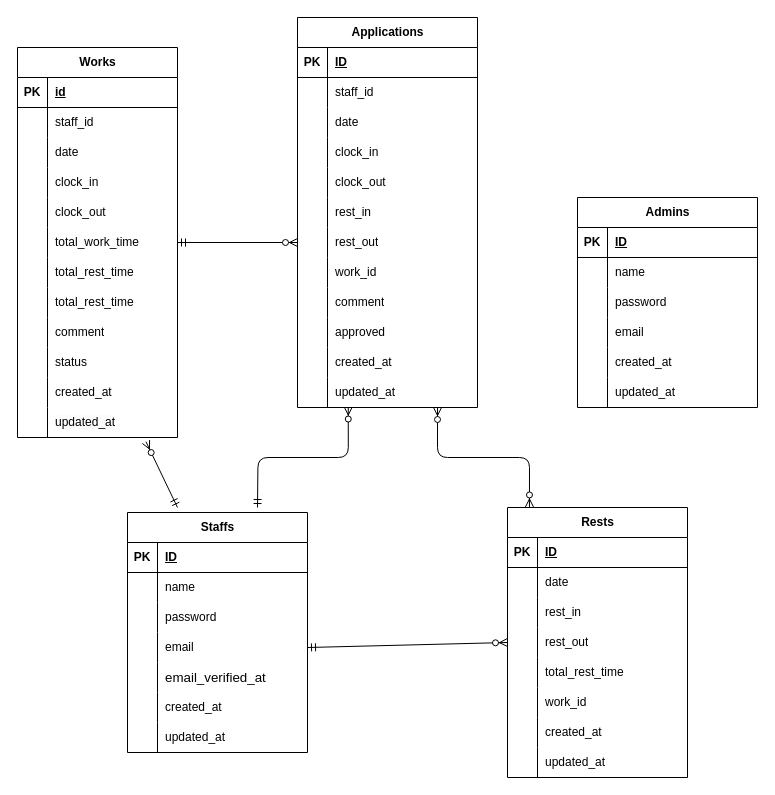
Noriko30402/revision-worklog-app keeps this draw.io diagram as ER.drawio. Above is the earlier version. Source tidied: cells renumbered, new cells numbered last; positions are measured from the earlier drawing's top-left corner, leaving out a move shared by most shapes. Both pictures are drawn from the tidied source at 100%, with x=0, y=0 at pixel (17, 17).
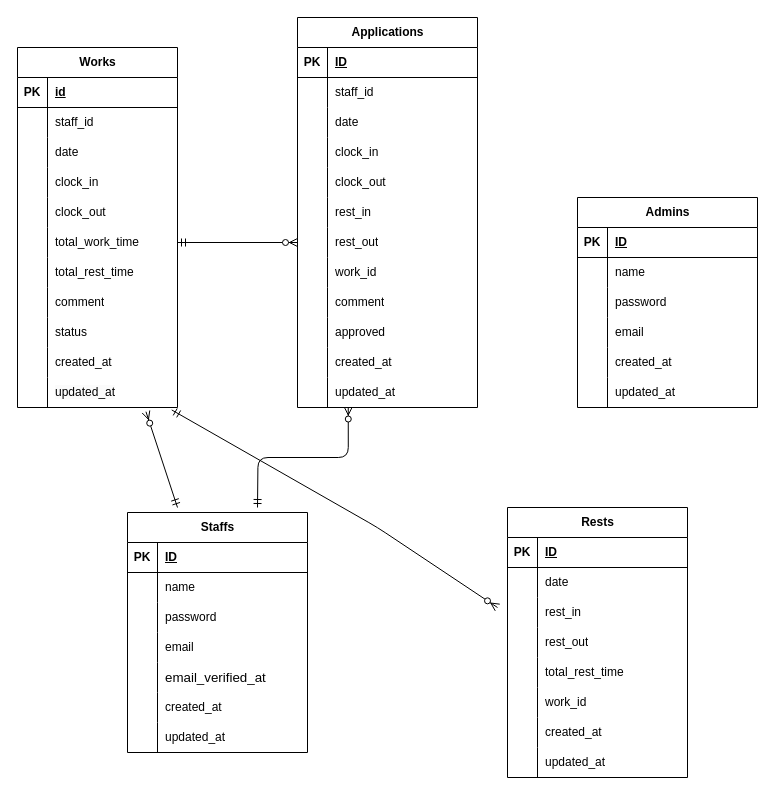
Above is the later version.

Unchanged cells that the change refers to:
```xml
<mxCell id="92" style="shape=tableRow;horizontal=0;startSize=0;swimlaneHead=0;swimlaneBody=0;fillColor=none;points=[[0,0.5],[1,0.5]];portConstraint=eastwest;top=0;left=0;right=0;bottom=0;" parent="58" vertex="1">
  <mxGeometry y="360" width="180" height="30" as="geometry" />
</mxCell>
<mxCell id="95" value="Rests" style="shape=table;startSize=30;childLayout=tableLayout;rowLines=0;fontStyle=1;align=center;html=1;" parent="1" vertex="1">
  <mxGeometry x="490" y="490" width="180" height="270" as="geometry" />
</mxCell>
<mxCell id="105" style="shape=tableRow;horizontal=0;startSize=0;swimlaneHead=0;swimlaneBody=0;fillColor=none;points=[[0,0.5],[1,0.5]];portConstraint=eastwest;top=0;left=0;right=0;bottom=0;" parent="95" vertex="1">
  <mxGeometry y="120" width="180" height="30" as="geometry" />
</mxCell>
<mxCell id="130" style="shape=tableRow;horizontal=0;startSize=0;swimlaneHead=0;swimlaneBody=0;fillColor=none;points=[[0,0.5],[1,0.5]];portConstraint=eastwest;top=0;left=0;right=0;bottom=0;" parent="120" vertex="1">
  <mxGeometry y="120" width="180" height="30" as="geometry" />
</mxCell>
```

The edit, as a diff of the source:
```diff
@@
     <mxCell id="2" value="Works" style="shape=table;startSize=30;childLayout=tableLayout;rowLines=0;fontStyle=1;align=center;html=1;" parent="1" vertex="1">
-      <mxGeometry y="30" width="160" height="390" as="geometry" />
+      <mxGeometry y="30" width="160" height="360" as="geometry" />
     </mxCell>
@@
-    <mxCell id="24" style="shape=tableRow;horizontal=0;startSize=0;swimlaneHead=0;swimlaneBody=0;fillColor=none;top=0;left=0;right=0;bottom=0;" parent="2" vertex="1">
-      <mxGeometry y="240" width="160" height="30" as="geometry" />
-    </mxCell>
-    <mxCell id="25" style="shape=partialRectangle;fillColor=none;top=0;left=0;bottom=0;right=0;overflow=hidden;whiteSpace=wrap;html=1;" parent="24" vertex="1">
-      <mxGeometry width="30" height="30" as="geometry" />
-    </mxCell>
-    <mxCell id="26" value="total_rest_time" style="shape=partialRectangle;fillColor=none;top=0;left=0;bottom=0;right=0;align=left;spacingLeft=6;overflow=hidden;whiteSpace=wrap;html=1;" parent="24" vertex="1">
-      <mxGeometry x="30" width="130" height="30" as="geometry" />
-    </mxCell>
     <mxCell id="27" style="shape=tableRow;horizontal=0;startSize=0;swimlaneHead=0;swimlaneBody=0;fillColor=none;top=0;left=0;right=0;bottom=0;" parent="2" vertex="1">
-      <mxGeometry y="270" width="160" height="30" as="geometry" />
+      <mxGeometry y="240" width="160" height="30" as="geometry" />
     </mxCell>
@@
     <mxCell id="30" style="shape=tableRow;horizontal=0;startSize=0;swimlaneHead=0;swimlaneBody=0;fillColor=none;top=0;left=0;right=0;bottom=0;" parent="2" vertex="1">
-      <mxGeometry y="300" width="160" height="30" as="geometry" />
+      <mxGeometry y="270" width="160" height="30" as="geometry" />
     </mxCell>
@@
     <mxCell id="33" style="shape=tableRow;horizontal=0;startSize=0;swimlaneHead=0;swimlaneBody=0;fillColor=none;top=0;left=0;right=0;bottom=0;" parent="2" vertex="1">
-      <mxGeometry y="330" width="160" height="30" as="geometry" />
+      <mxGeometry y="300" width="160" height="30" as="geometry" />
     </mxCell>
@@
     <mxCell id="36" style="shape=tableRow;horizontal=0;startSize=0;swimlaneHead=0;swimlaneBody=0;fillColor=none;points=[[0,0.5],[1,0.5]];portConstraint=eastwest;top=0;left=0;right=0;bottom=0;" parent="2" vertex="1">
-      <mxGeometry y="360" width="160" height="30" as="geometry" />
+      <mxGeometry y="330" width="160" height="30" as="geometry" />
     </mxCell>
@@
-    <mxCell id="143" style="fontSize=12;html=1;endArrow=ERzeroToMany;startArrow=ERmandOne;entryX=0;entryY=0.5;entryDx=0;entryDy=0;exitX=1;exitY=0.5;exitDx=0;exitDy=0;" parent="1" edge="1" source="130" target="105">
-      <mxGeometry relative="1" as="geometry" />
+    <mxCell id="143" style="fontSize=12;html=1;endArrow=ERzeroToMany;startArrow=ERmandOne;exitX=0.964;exitY=1.082;exitDx=0;exitDy=0;exitPerimeter=0;" parent="1" edge="1" source="36">
+      <mxGeometry relative="1" as="geometry">
+        <mxPoint x="480" y="590" as="targetPoint" />
+        <Array as="points">
+          <mxPoint x="360" y="510" />
+        </Array>
+      </mxGeometry>
     </mxCell>
@@
-    <mxCell id="147" style="fontSize=12;html=1;endArrow=ERzeroToMany;endFill=1;startArrow=ERzeroToMany;exitX=0.778;exitY=1;exitDx=0;exitDy=0;exitPerimeter=0;edgeStyle=orthogonalEdgeStyle;entryX=0.122;entryY=-0.002;entryDx=0;entryDy=0;entryPerimeter=0;" parent="1" edge="1" source="92" target="95">
-      <mxGeometry relative="1" as="geometry" />
-    </mxCell>
```
